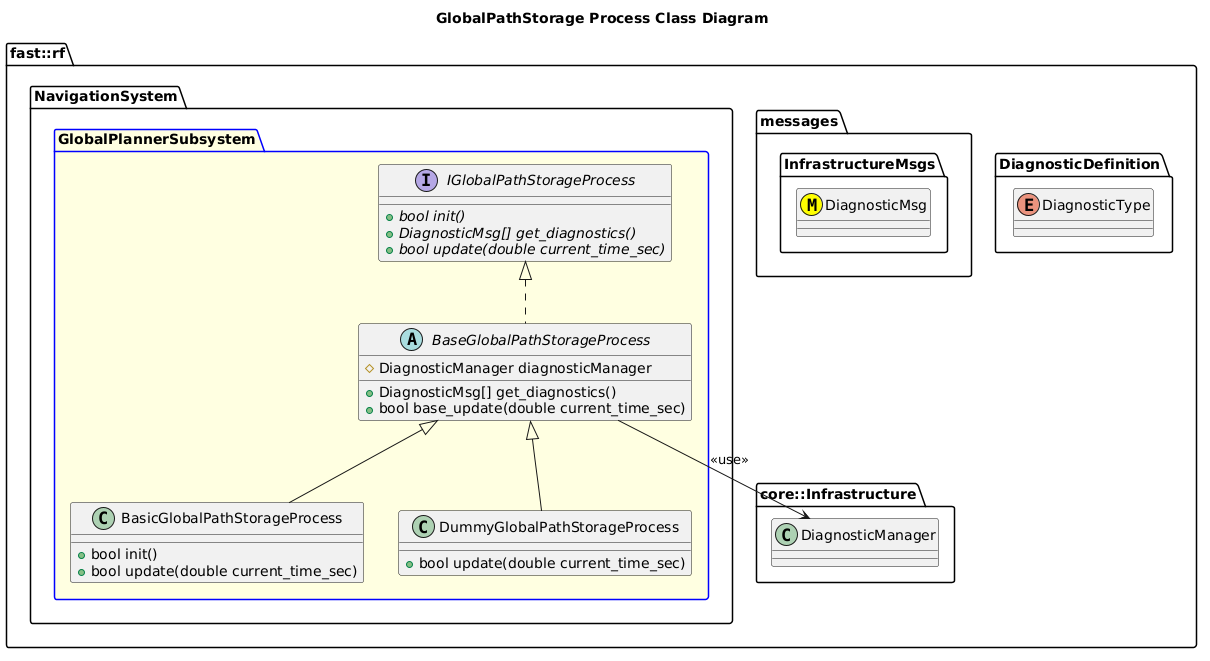
Before: Systems/Navigation/Subsystems/GlobalPlanner/Processes/GlobalPathStorage/doc/puml/GlobalPathStorageProcessClassDiagram.png, a diagram exported from PlantUML (fastrobotics/robot_framework).
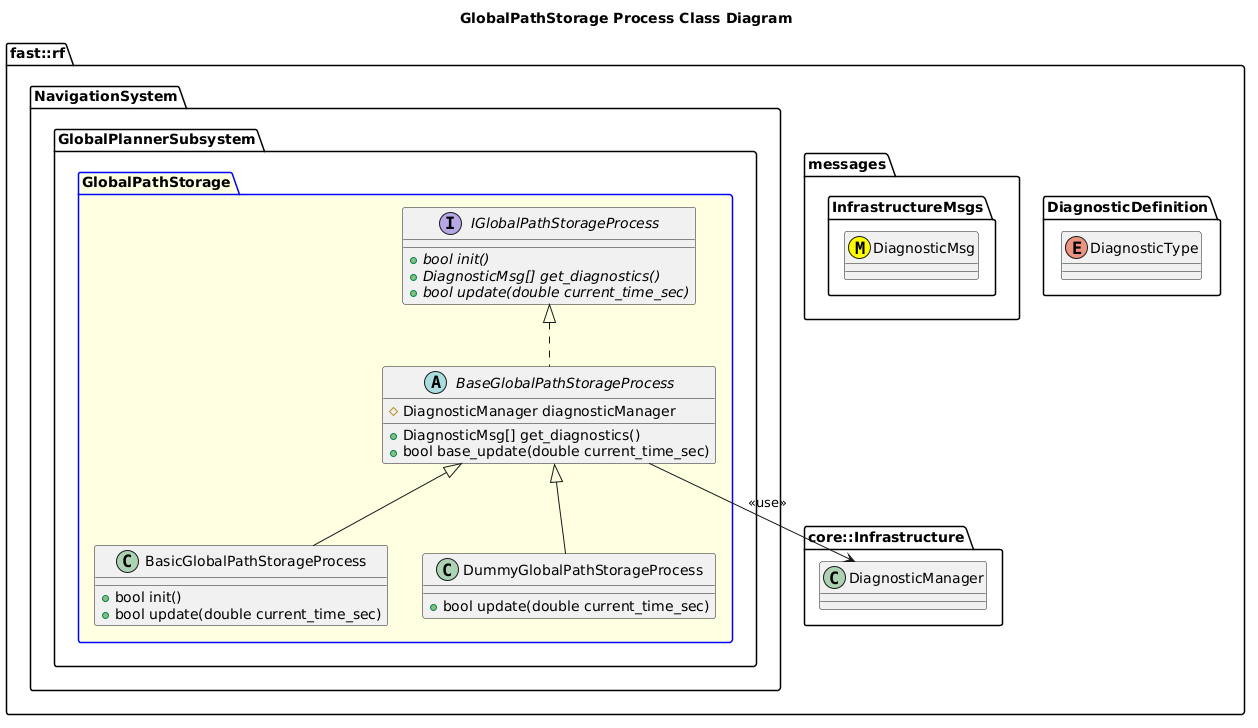
After the change.

The edit, as a diff of the source:
```diff
@@ -14,7 +14,8 @@
     class DiagnosticManager
   }
   namespace NavigationSystem {
-    package GlobalPlannerSubsystem #LightYellow;line:blue {
+    namespace GlobalPlannerSubsystem {
+      package GlobalPathStorage #LightYellow;line:blue {
         interface IGlobalPathStorageProcess  {
           +{abstract} bool init()
           +{abstract} DiagnosticMsg[] get_diagnostics()
@@ -37,6 +38,7 @@
           +bool update(double current_time_sec)
         }
         DummyGlobalPathStorageProcess -up-|> BaseGlobalPathStorageProcess
+      }
     }
   }
 }
```
